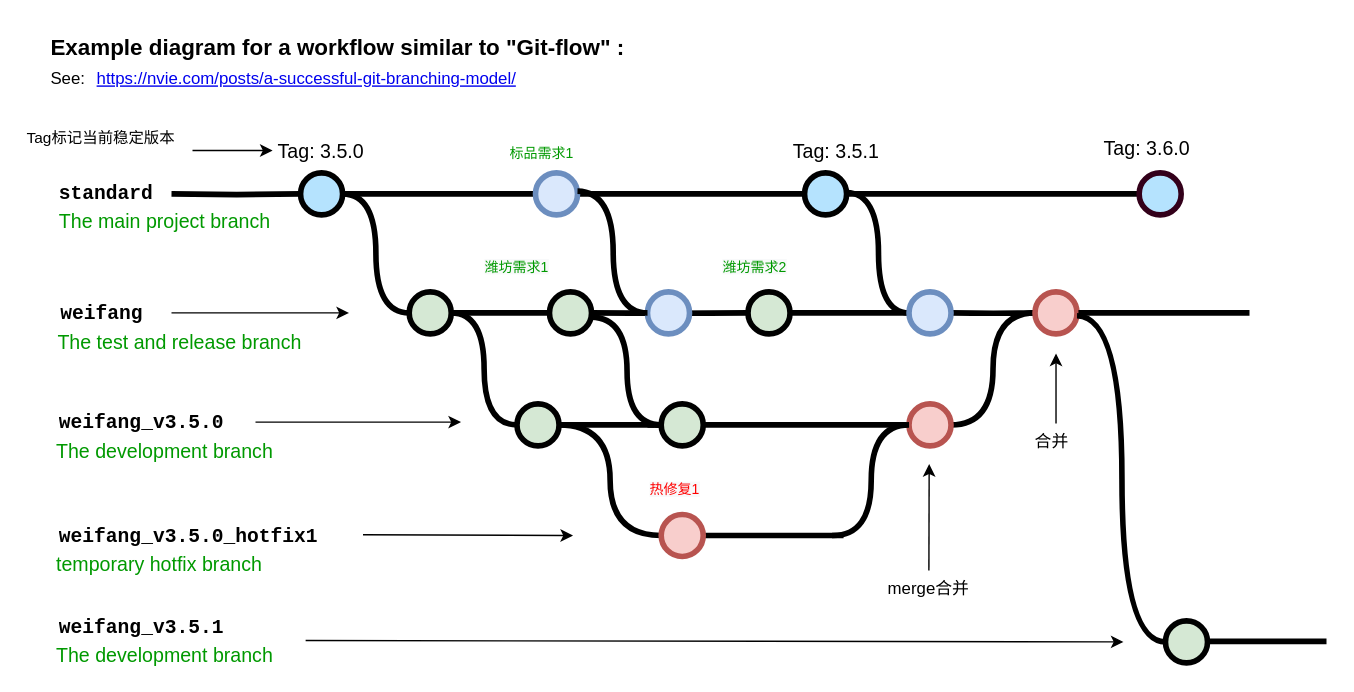
jasoncen94/learngit keeps this draw.io diagram as Untitled Diagram.drawio. Above is the earlier version. Source tidied: cells renumbered, new cells numbered last; positions are measured from the earlier drawing's top-left corner, leaving out a move shared by most shapes. Both pictures are drawn from the tidied source at 140%, with x=0, y=0 at pixel (24, 24).
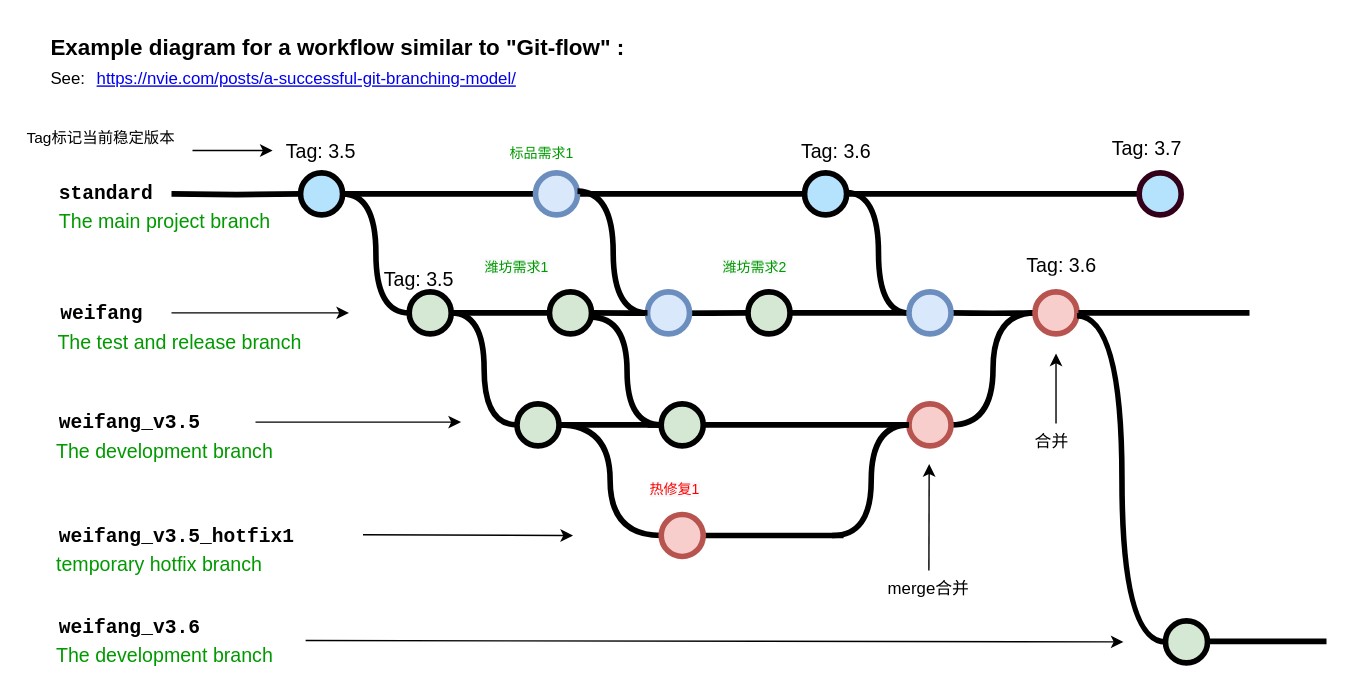
The same page after the edit.

The edit, as a diff of the source:
```diff
@@
-    <mxCell id="24" value="weifang_v3.5.0" style="text;html=1;strokeColor=none;fillColor=none;align=left;verticalAlign=middle;whiteSpace=wrap;overflow=hidden;fontSize=14;fontStyle=1;fontFamily=Courier New;" parent="1" vertex="1">
+    <mxCell id="24" value="weifang_v3.5" style="text;html=1;strokeColor=none;fillColor=none;align=left;verticalAlign=middle;whiteSpace=wrap;overflow=hidden;fontSize=14;fontStyle=1;fontFamily=Courier New;" parent="1" vertex="1">
       <mxGeometry x="22.8" y="274" width="132.2" height="20" as="geometry" />
     </mxCell>
@@
-    <mxCell id="28" value="weifang_v3.5.0_hotfix1" style="text;html=1;strokeColor=none;fillColor=none;align=left;verticalAlign=middle;whiteSpace=wrap;overflow=hidden;fontSize=14;fontStyle=1;fontFamily=Courier New;" parent="1" vertex="1">
+    <mxCell id="28" value="weifang_v3.5_hotfix1" style="text;html=1;strokeColor=none;fillColor=none;align=left;verticalAlign=middle;whiteSpace=wrap;overflow=hidden;fontSize=14;fontStyle=1;fontFamily=Courier New;" parent="1" vertex="1">
       <mxGeometry x="22.5" y="355" width="240" height="20" as="geometry" />
     </mxCell>
@@
-    <mxCell id="36" value="Tag: 3.5.1" style="text;html=1;strokeColor=none;fillColor=none;align=center;verticalAlign=middle;whiteSpace=wrap;overflow=hidden;fontSize=14;" parent="1" vertex="1">
+    <mxCell id="36" value="Tag: 3.6" style="text;html=1;strokeColor=none;fillColor=none;align=center;verticalAlign=middle;whiteSpace=wrap;overflow=hidden;fontSize=14;" parent="1" vertex="1">
       <mxGeometry x="525.2" y="80" width="110" height="20" as="geometry" />
     </mxCell>
-    <mxCell id="37" value="Tag: 3.5.0" style="text;html=1;strokeColor=none;fillColor=none;align=center;verticalAlign=middle;whiteSpace=wrap;overflow=hidden;fontSize=14;" parent="1" vertex="1">
+    <mxCell id="37" value="Tag: 3.5" style="text;html=1;strokeColor=none;fillColor=none;align=center;verticalAlign=middle;whiteSpace=wrap;overflow=hidden;fontSize=14;" parent="1" vertex="1">
       <mxGeometry x="177.2" y="80" width="70" height="20" as="geometry" />
     </mxCell>
@@
-    <mxCell id="40" value="Tag: 3.6.0" style="text;html=1;strokeColor=none;fillColor=none;align=center;verticalAlign=middle;whiteSpace=wrap;overflow=hidden;fontSize=14;" parent="1" vertex="1">
+    <mxCell id="40" value="Tag: 3.7" style="text;html=1;strokeColor=none;fillColor=none;align=center;verticalAlign=middle;whiteSpace=wrap;overflow=hidden;fontSize=14;" parent="1" vertex="1">
       <mxGeometry x="747.2" y="78" width="110" height="20" as="geometry" />
     </mxCell>
@@
-    <mxCell id="67" value="weifang_v3.5.1" style="text;html=1;strokeColor=none;fillColor=none;align=left;verticalAlign=middle;whiteSpace=wrap;overflow=hidden;fontSize=14;fontStyle=1;fontFamily=Courier New;" parent="1" vertex="1">
+    <mxCell id="67" value="weifang_v3.6" style="text;html=1;strokeColor=none;fillColor=none;align=left;verticalAlign=middle;whiteSpace=wrap;overflow=hidden;fontSize=14;fontStyle=1;fontFamily=Courier New;" parent="1" vertex="1">
       <mxGeometry x="22.8" y="420" width="132.2" height="20" as="geometry" />
     </mxCell>
@@
+    <mxCell id="72" value="Tag: 3.6" style="text;html=1;strokeColor=none;fillColor=none;align=center;verticalAlign=middle;whiteSpace=wrap;overflow=hidden;fontSize=14;" parent="1" vertex="1">
+      <mxGeometry x="686.2" y="161" width="110" height="20" as="geometry" />
+    </mxCell>
+    <mxCell id="73" value="Tag: 3.5" style="text;html=1;strokeColor=none;fillColor=none;align=center;verticalAlign=middle;whiteSpace=wrap;overflow=hidden;fontSize=14;" parent="1" vertex="1">
+      <mxGeometry x="247.2" y="171" width="70" height="20" as="geometry" />
+    </mxCell>
```
